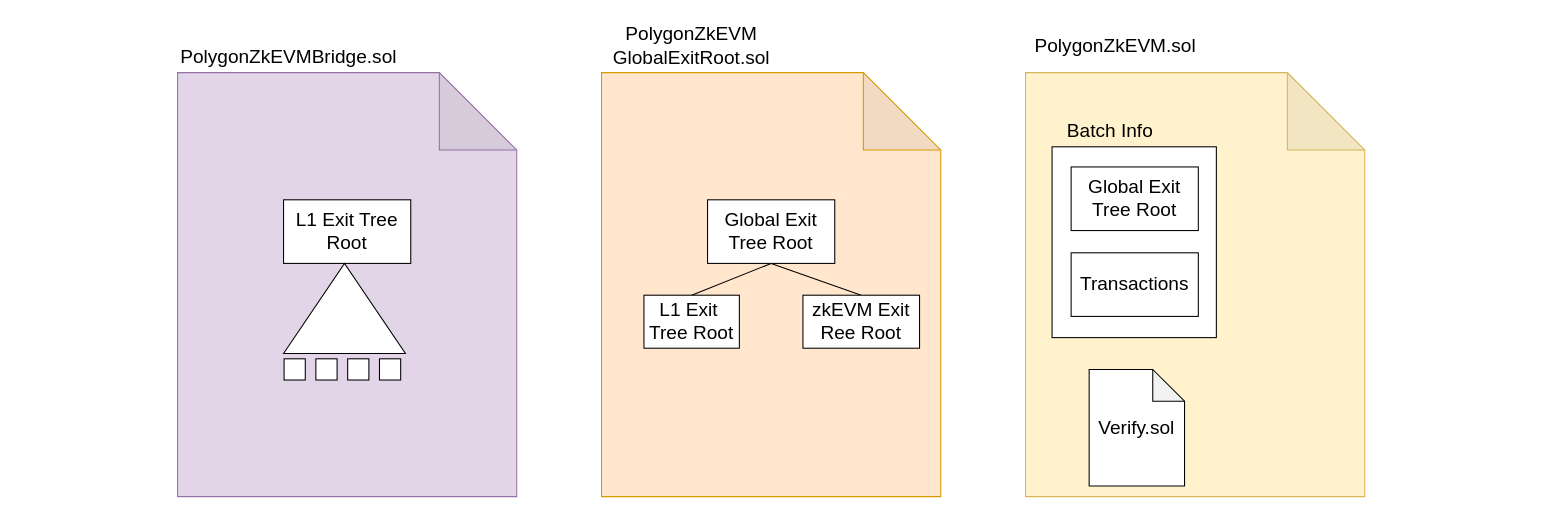
Earlier version of the draw.io diagram bridge.drawio (Phillip-Kemper/thesis-drawings). Source tidied: cells renumbered, new cells numbered last; positions are measured from the earlier drawing's top-left corner, leaving out a move shared by most shapes. Both pictures are drawn from the tidied source at 106%, with x=0, y=0 at pixel (177, 30).
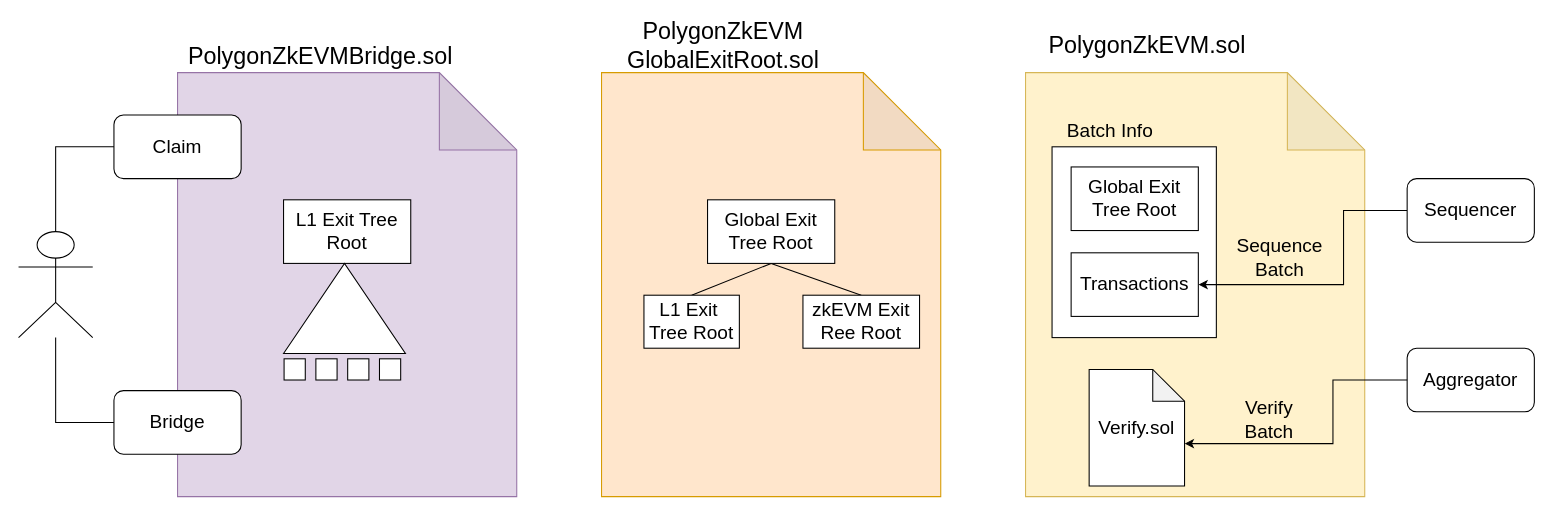
After the change.

Unchanged cells that the change refers to:
```xml
<mxCell id="21" value="&lt;font style=&quot;font-size: 18px;&quot;&gt;Transactions&lt;br&gt;&lt;/font&gt;" style="rounded=0;whiteSpace=wrap;html=1;" parent="1" vertex="1">
  <mxGeometry x="843" y="210" width="120" height="60" as="geometry" />
</mxCell>
<mxCell id="23" value="&lt;font style=&quot;font-size: 18px;&quot;&gt;Verify.sol&lt;/font&gt;" style="shape=note;whiteSpace=wrap;html=1;backgroundOutline=1;darkOpacity=0.05;" parent="1" vertex="1">
  <mxGeometry x="860" y="320" width="90" height="110" as="geometry" />
</mxCell>
```

Change to the diagram source:
```diff
@@
-    <mxCell id="5" value="PolygonZkEVMBridge.sol" style="text;html=1;strokeColor=none;fillColor=none;align=center;verticalAlign=middle;whiteSpace=wrap;rounded=0;fontSize=18;" parent="1" vertex="1">
-      <mxGeometry x="20" y="10" width="170" height="30" as="geometry" />
+    <mxCell id="5" value="PolygonZkEVMBridge.sol" style="text;html=1;strokeColor=none;fillColor=none;align=center;verticalAlign=middle;whiteSpace=wrap;rounded=0;fontSize=22;" parent="1" vertex="1">
+      <mxGeometry x="50" y="10" width="170" height="30" as="geometry" />
     </mxCell>
-    <mxCell id="6" value="PolygonZkEVM&lt;br style=&quot;font-size: 18px;&quot;&gt;GlobalExitRoot.sol" style="text;html=1;strokeColor=none;fillColor=none;align=center;verticalAlign=middle;whiteSpace=wrap;rounded=0;fontSize=18;" parent="1" vertex="1">
-      <mxGeometry x="400" width="170" height="30" as="geometry" />
+    <mxCell id="6" value="PolygonZkEVM&lt;br style=&quot;font-size: 22px;&quot;&gt;GlobalExitRoot.sol" style="text;html=1;strokeColor=none;fillColor=none;align=center;verticalAlign=middle;whiteSpace=wrap;rounded=0;fontSize=22;" parent="1" vertex="1">
+      <mxGeometry x="430" width="170" height="30" as="geometry" />
     </mxCell>
-    <mxCell id="7" value="PolygonZkEVM.sol" style="text;html=1;strokeColor=none;fillColor=none;align=center;verticalAlign=middle;whiteSpace=wrap;rounded=0;fontSize=18;" parent="1" vertex="1">
-      <mxGeometry x="800" width="170" height="30" as="geometry" />
+    <mxCell id="7" value="PolygonZkEVM.sol" style="text;html=1;strokeColor=none;fillColor=none;align=center;verticalAlign=middle;whiteSpace=wrap;rounded=0;fontSize=22;" parent="1" vertex="1">
+      <mxGeometry x="830" width="170" height="30" as="geometry" />
     </mxCell>
-    <mxCell id="8" value="&lt;font style=&quot;font-size: 18px;&quot;&gt;L1 Exit Tree Root&lt;/font&gt;" style="rounded=0;whiteSpace=wrap;html=1;" parent="1" vertex="1">
+    <mxCell id="8" value="&lt;font style=&quot;font-size: 18px;&quot;&gt;L1 Exit Tree Root&lt;/font&gt;" style="rounded=0;whiteSpace=wrap;html=1;fontSize=18;" parent="1" vertex="1">
       <mxGeometry x="100" y="160" width="120" height="60" as="geometry" />
     </mxCell>
@@
+    <mxCell id="24" value="&lt;font style=&quot;font-size: 18px;&quot;&gt;Aggregator&lt;/font&gt;" style="rounded=1;whiteSpace=wrap;html=1;" parent="1" vertex="1">
+      <mxGeometry x="1160" y="300" width="120" height="60" as="geometry" />
+    </mxCell>
+    <mxCell id="25" style="edgeStyle=orthogonalEdgeStyle;rounded=0;jettySize=auto;html=1;exitX=0;exitY=0.5;exitDx=0;exitDy=0;entryX=1;entryY=0.5;entryDx=0;entryDy=0;" parent="1" edge="1" source="26" target="21">
+      <mxGeometry relative="1" as="geometry">
+        <Array as="points">
+          <mxPoint x="1100" y="170" />
+          <mxPoint x="1100" y="240" />
+        </Array>
+      </mxGeometry>
+    </mxCell>
+    <mxCell id="26" value="&lt;font style=&quot;font-size: 18px;&quot;&gt;Sequencer&lt;/font&gt;" style="rounded=1;whiteSpace=wrap;html=1;" parent="1" vertex="1">
+      <mxGeometry x="1160" y="140" width="120" height="60" as="geometry" />
+    </mxCell>
+    <mxCell id="27" style="shape=umlActor;verticalLabelPosition=bottom;verticalAlign=top;html=1;outlineConnect=0;" parent="1" vertex="1">
+      <mxGeometry x="-150" y="190" width="70" height="100" as="geometry" />
+    </mxCell>
+    <mxCell id="28" value="Claim" style="rounded=1;whiteSpace=wrap;html=1;fontSize=18;" parent="1" vertex="1">
+      <mxGeometry x="-60" y="80" width="120" height="60" as="geometry" />
+    </mxCell>
+    <mxCell id="29" style="edgeStyle=orthogonalEdgeStyle;rounded=0;jettySize=auto;html=1;exitX=0;exitY=0.5;exitDx=0;exitDy=0;endArrow=none;endFill=0;" parent="1" edge="1" source="30" target="27">
+      <mxGeometry relative="1" as="geometry" />
+    </mxCell>
+    <mxCell id="30" value="Bridge" style="rounded=1;whiteSpace=wrap;html=1;fontSize=18;" parent="1" vertex="1">
+      <mxGeometry x="-60" y="340" width="120" height="60" as="geometry" />
+    </mxCell>
+    <mxCell id="31" style="edgeStyle=orthogonalEdgeStyle;rounded=0;jettySize=auto;html=1;exitX=0;exitY=0.5;exitDx=0;exitDy=0;entryX=0.5;entryY=0;entryDx=0;entryDy=0;entryPerimeter=0;endArrow=none;endFill=0;" parent="1" edge="1" source="28" target="27">
+      <mxGeometry relative="1" as="geometry" />
+    </mxCell>
+    <mxCell id="32" style="edgeStyle=orthogonalEdgeStyle;rounded=0;jettySize=auto;html=1;exitX=0;exitY=0.5;exitDx=0;exitDy=0;entryX=0;entryY=0;entryDx=90;entryDy=70;entryPerimeter=0;" parent="1" edge="1" source="24" target="23">
+      <mxGeometry relative="1" as="geometry">
+        <Array as="points">
+          <mxPoint x="1090" y="330" />
+          <mxPoint x="1090" y="390" />
+        </Array>
+      </mxGeometry>
+    </mxCell>
+    <mxCell id="33" value="Sequence Batch" style="text;html=1;strokeColor=none;fillColor=none;align=center;verticalAlign=middle;whiteSpace=wrap;rounded=0;fontSize=18;" parent="1" vertex="1">
+      <mxGeometry x="1010" y="200" width="60" height="30" as="geometry" />
+    </mxCell>
+    <mxCell id="34" value="Verify Batch" style="text;html=1;strokeColor=none;fillColor=none;align=center;verticalAlign=middle;whiteSpace=wrap;rounded=0;fontSize=18;" parent="1" vertex="1">
+      <mxGeometry x="1000" y="353" width="60" height="30" as="geometry" />
+    </mxCell>
```
